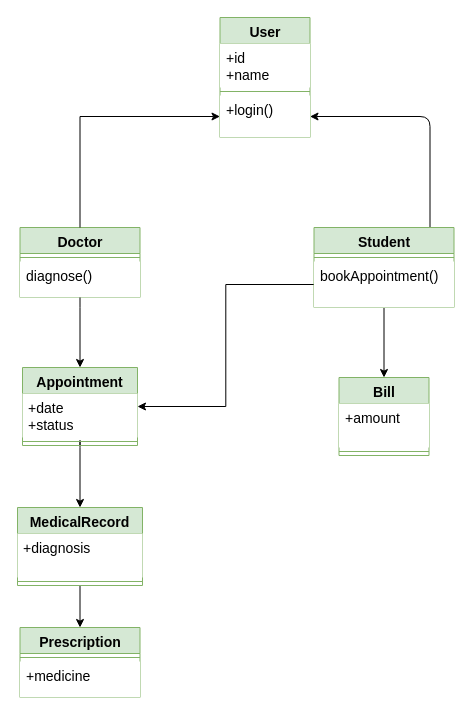
The draw.io diagram Hospital Management System/HMS_ClassDiagram.drawio in SajjadHossainSoykot/ICT-4106-System-Analysis-and-Software-Engineering-Laboratory, before the edit. Source tidied: cells renumbered, new cells numbered last; positions are measured from the earlier drawing's top-left corner, leaving out a move shared by most shapes. Both pictures are drawn from the tidied source at 100%, with x=0, y=0 at pixel (17, 17).
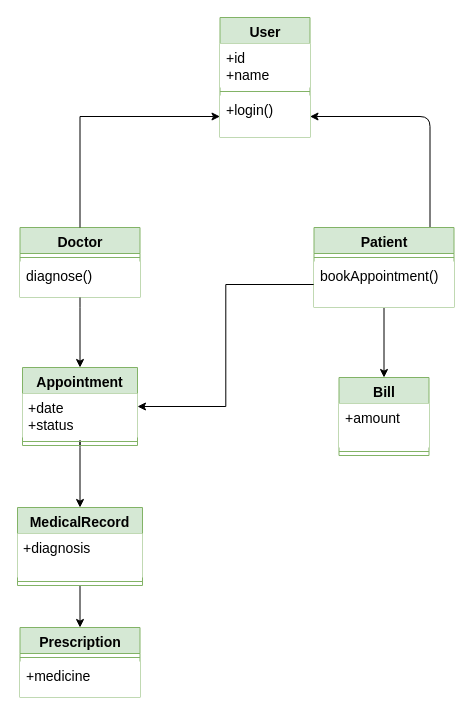
Above is the later version.

Commit message:
Fixed Classname Patient

Diff of the diagram source:
```diff
@@
-    <mxCell id="9" value="Student" style="swimlane;fontStyle=1;align=center;verticalAlign=top;horizontal=1;startSize=26;whiteSpace=wrap;html=1;fillColor=#d5e8d4;strokeColor=#82b366;fontSize=14;" parent="1" vertex="1">
+    <mxCell id="9" value="Patient" style="swimlane;fontStyle=1;align=center;verticalAlign=top;horizontal=1;startSize=26;whiteSpace=wrap;html=1;fillColor=#d5e8d4;strokeColor=#82b366;fontSize=14;" parent="1" vertex="1">
       <mxGeometry x="296.5" y="210" width="140" height="80" as="geometry" />
     </mxCell>
```
